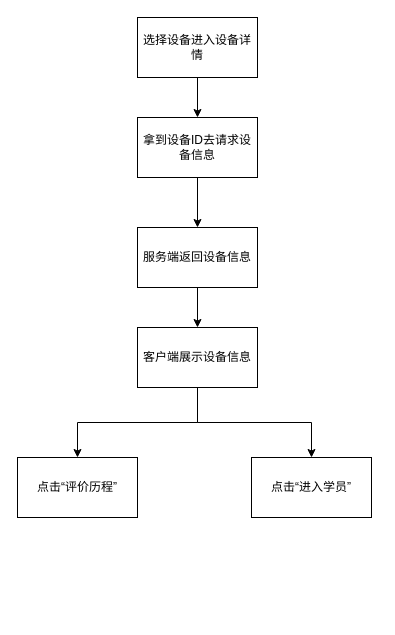
Before: 未命名绘图.drawio in AnsonZnl/draw.io, a draw.io diagram. Source tidied: cells renumbered, new cells numbered last; positions are measured from the earlier drawing's top-left corner, leaving out a move shared by most shapes. Both pictures are drawn from the tidied source at 100%, with x=0, y=0 at pixel (17, 17).
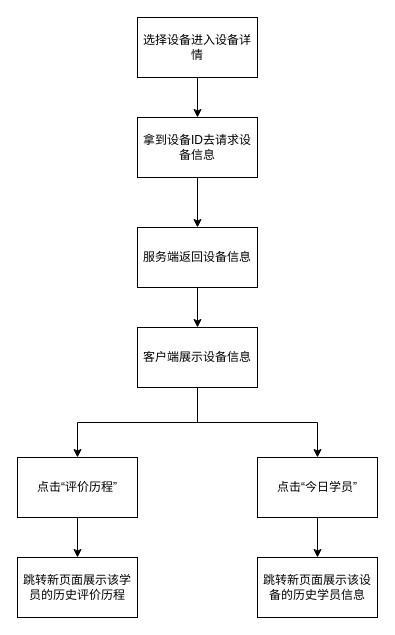
The same page after the edit.

Commit message:
更新未命名绘图.drawio

Diff of the diagram source:
```diff
@@
 <mxGraphModel>
   <root>
     <mxCell id="0" />
     <mxCell id="1" parent="0" />
     <mxCell id="2" style="edgeStyle=orthogonalEdgeStyle;rounded=0;jettySize=auto;html=1;" parent="1" edge="1" source="3" target="5">
       <mxGeometry relative="1" as="geometry" />
     </mxCell>
     <mxCell id="3" value="选择设备进入设备详情" style="rounded=0;whiteSpace=wrap;html=1;" parent="1" vertex="1">
       <mxGeometry x="120" width="120" height="60" as="geometry" />
     </mxCell>
     <mxCell id="4" style="edgeStyle=orthogonalEdgeStyle;rounded=0;jettySize=auto;html=1;" parent="1" edge="1" source="5" target="7">
       <mxGeometry relative="1" as="geometry" />
     </mxCell>
     <mxCell id="5" value="拿到设备ID去请求设备信息" style="whiteSpace=wrap;html=1;rounded=0;" parent="1" vertex="1">
       <mxGeometry x="120" y="100" width="120" height="60" as="geometry" />
     </mxCell>
     <mxCell id="6" style="edgeStyle=orthogonalEdgeStyle;rounded=0;jettySize=auto;html=1;" parent="1" edge="1" source="7" target="10">
       <mxGeometry relative="1" as="geometry" />
     </mxCell>
     <mxCell id="7" value="服务端返回设备信息" style="whiteSpace=wrap;html=1;rounded=0;" parent="1" vertex="1">
       <mxGeometry x="120" y="210" width="120" height="60" as="geometry" />
     </mxCell>
     <mxCell id="8" style="edgeStyle=orthogonalEdgeStyle;rounded=0;jettySize=auto;html=1;" parent="1" edge="1" source="10" target="11">
       <mxGeometry relative="1" as="geometry" />
     </mxCell>
     <mxCell id="9" style="edgeStyle=orthogonalEdgeStyle;rounded=0;jettySize=auto;html=1;" parent="1" edge="1" source="10" target="12">
       <mxGeometry relative="1" as="geometry" />
     </mxCell>
     <mxCell id="10" value="客户端展示设备信息" style="whiteSpace=wrap;html=1;rounded=0;" parent="1" vertex="1">
       <mxGeometry x="120" y="310" width="120" height="60" as="geometry" />
     </mxCell>
+    <mxCell id="13" style="edgeStyle=orthogonalEdgeStyle;rounded=0;jettySize=auto;html=1;" parent="1" edge="1" source="11" target="15">
+      <mxGeometry relative="1" as="geometry" />
+    </mxCell>
     <mxCell id="11" value="点击“评价历程”" style="whiteSpace=wrap;html=1;rounded=0;" parent="1" vertex="1">
       <mxGeometry y="440" width="120" height="60" as="geometry" />
     </mxCell>
+    <mxCell id="14" style="edgeStyle=orthogonalEdgeStyle;rounded=0;jettySize=auto;html=1;" parent="1" edge="1" source="12" target="16">
+      <mxGeometry relative="1" as="geometry" />
+    </mxCell>
-    <mxCell id="12" value="点击“进入学员”" style="whiteSpace=wrap;html=1;rounded=0;" parent="1" vertex="1">
-      <mxGeometry x="234" y="440" width="120" height="60" as="geometry" />
+    <mxCell id="12" value="点击“今日学员”" style="whiteSpace=wrap;html=1;rounded=0;" parent="1" vertex="1">
+      <mxGeometry x="240" y="440" width="120" height="60" as="geometry" />
     </mxCell>
+    <mxCell id="15" value="跳转新页面展示该学员的历史评价历程" style="whiteSpace=wrap;html=1;rounded=0;" parent="1" vertex="1">
+      <mxGeometry y="540" width="120" height="60" as="geometry" />
+    </mxCell>
+    <mxCell id="16" value="跳转新页面展示该设备的历史学员信息" style="whiteSpace=wrap;html=1;rounded=0;" parent="1" vertex="1">
+      <mxGeometry x="240" y="540" width="120" height="60" as="geometry" />
+    </mxCell>
   </root>
 </mxGraphModel>
```
